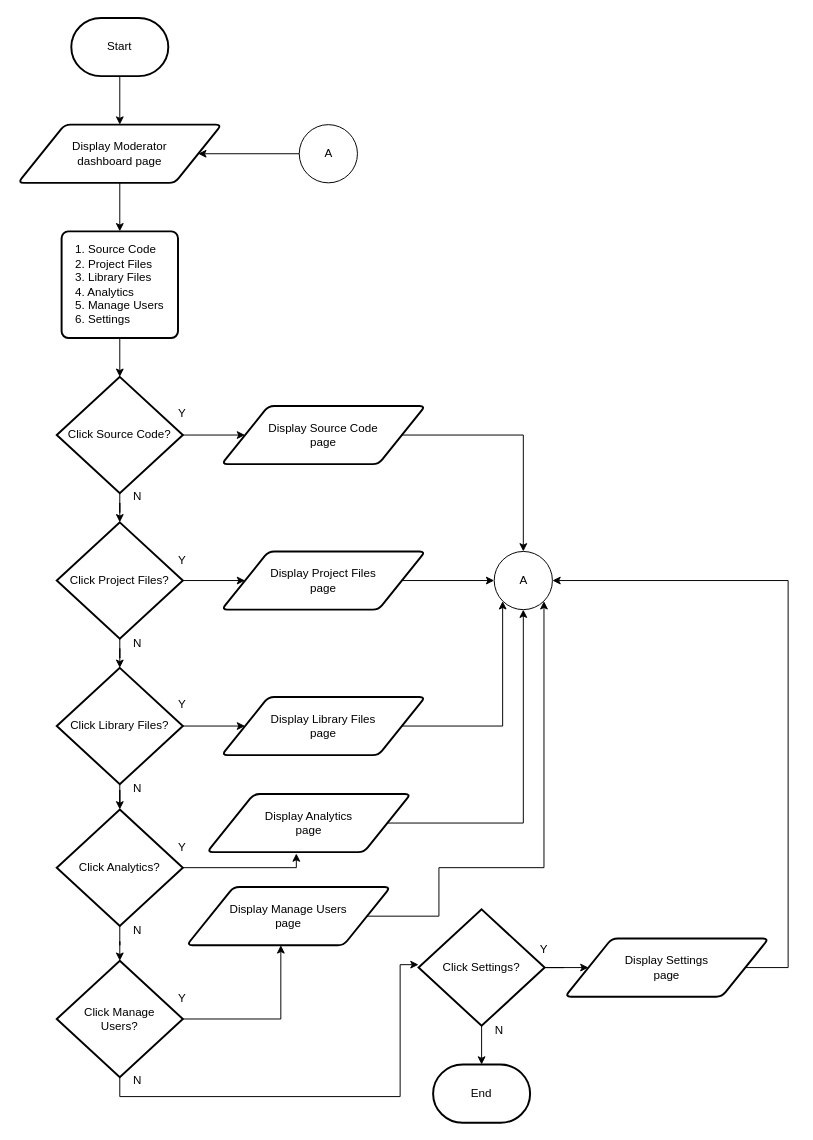
Earlier version of the draw.io diagram page "Page - Admin" (3 of 19) of KP2.drawio (dapzz-id/DrawIO). Source tidied: cells renumbered, new cells numbered last; positions are measured from the earlier drawing's top-left corner, leaving out a move shared by most shapes. Both pictures are drawn from the tidied source at 97%, with x=0, y=0 at pixel (17, 17).
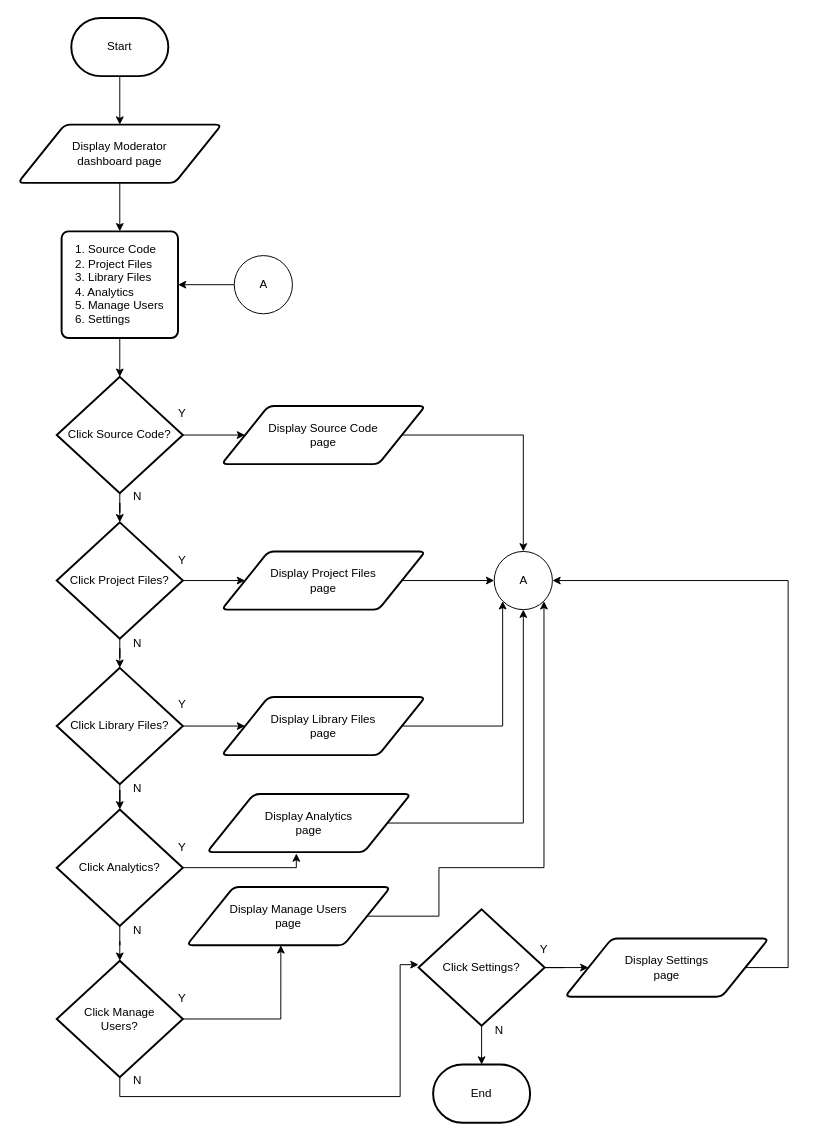
The same page after the edit.

The change refers to these unchanged cells:
```xml
<mxCell id="5" value="Display&amp;nbsp;&lt;span style=&quot;background-color: transparent; color: light-dark(rgb(0, 0, 0), rgb(255, 255, 255));&quot;&gt;Moderator&lt;/span&gt;&lt;div&gt;&lt;div&gt;dashboard page&lt;/div&gt;&lt;/div&gt;" style="shape=parallelogram;html=1;strokeWidth=2;perimeter=parallelogramPerimeter;whiteSpace=wrap;rounded=1;arcSize=12;size=0.23;" parent="1" vertex="1">
  <mxGeometry y="110" width="210" height="60" as="geometry" />
</mxCell>
<mxCell id="7" value="&lt;div style=&quot;text-align: justify;&quot;&gt;1. Source Code&lt;/div&gt;&lt;div style=&quot;text-align: justify;&quot;&gt;2. Project Files&lt;/div&gt;&lt;div style=&quot;text-align: justify;&quot;&gt;3. Library Files&lt;/div&gt;&lt;div style=&quot;text-align: justify;&quot;&gt;4. Analytics&lt;/div&gt;&lt;div style=&quot;text-align: justify;&quot;&gt;5. Manage Users&lt;/div&gt;&lt;div style=&quot;text-align: justify;&quot;&gt;6. Settings&lt;/div&gt;" style="rounded=1;whiteSpace=wrap;html=1;absoluteArcSize=1;arcSize=14;strokeWidth=2;labelBorderColor=none;" parent="1" vertex="1">
  <mxGeometry x="45" y="220" width="120" height="110" as="geometry" />
</mxCell>
```

What changed in the source:
```diff
@@
-    <mxCell id="36" style="edgeStyle=orthogonalEdgeStyle;rounded=0;jettySize=auto;html=1;" parent="1" edge="1" source="37" target="5">
+    <mxCell id="36" style="edgeStyle=orthogonalEdgeStyle;rounded=0;jettySize=auto;html=1;entryX=1;entryY=0.5;entryDx=0;entryDy=0;" parent="1" edge="1" source="37" target="7">
       <mxGeometry relative="1" as="geometry" />
     </mxCell>
     <mxCell id="37" value="A" style="verticalLabelPosition=middle;verticalAlign=middle;html=1;shape=mxgraph.flowchart.on-page_reference;labelPosition=center;align=center;" parent="1" vertex="1">
-      <mxGeometry x="290" y="110" width="60" height="60" as="geometry" />
+      <mxGeometry x="223" y="245" width="60" height="60" as="geometry" />
     </mxCell>
```
